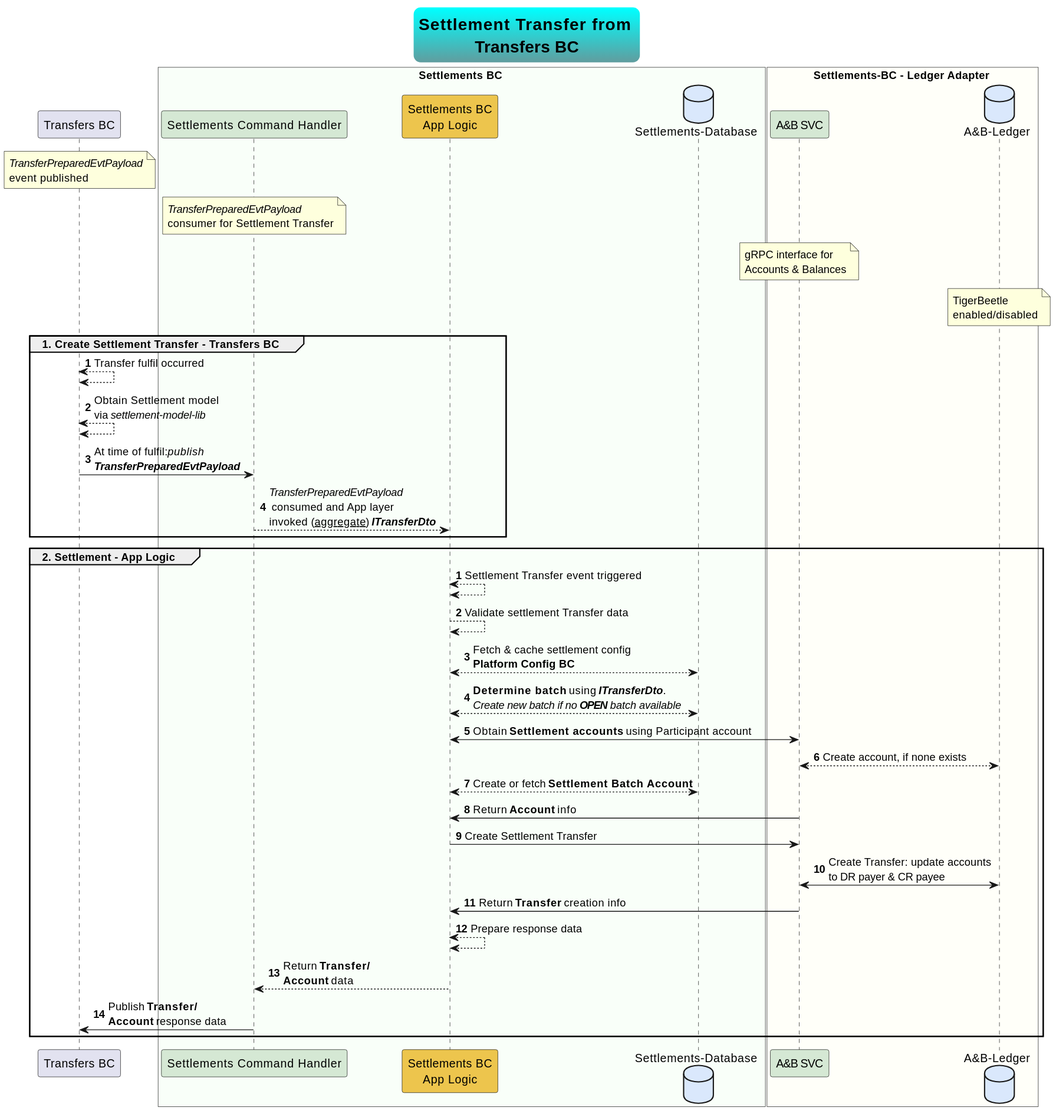
Above: docs/flows/01-settlement-transfer-bc.svg in mojaloop/settlements-bc (PlantUML), before the change.
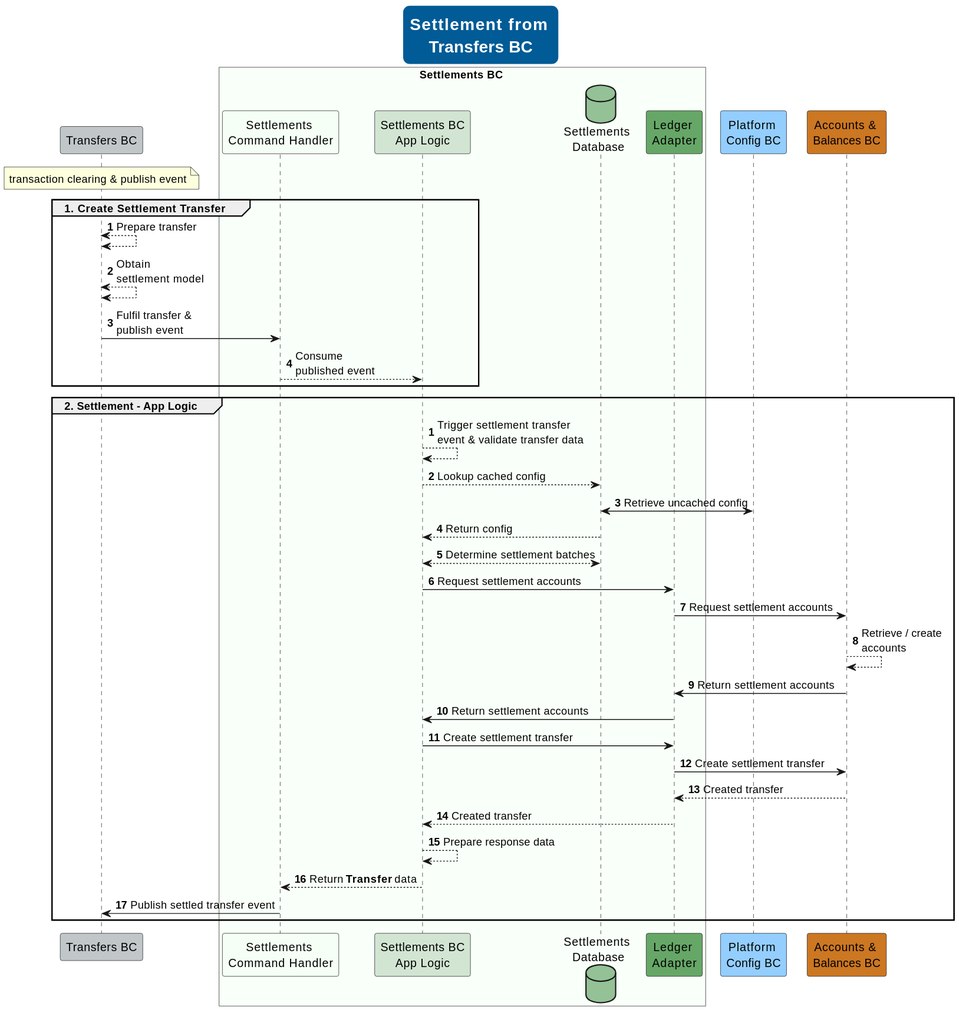
Above is the later version.

Diff of the diagram source:
```diff
@@ -1,63 +1,53 @@
 @startuml
 skinparam TitleFontSize 20
-skinparam titleBorderRoundCorner 15
-skinparam titleBorderThickness 2
-skinparam titleBorderColor Aqua-CadetBlue
-skinparam titleBackgroundColor Aqua-CadetBlue
-title Settlement Transfer from \nTransfers BC
+skinparam TitleFontColor #FFFFFF
+skinparam titleBorderRoundCorner 10
+skinparam titleBorderThickness 6
+skinparam titleBorderColor #005B96
+skinparam titleBackgroundColor #005B96
+title Settlement from \nTransfers BC
 
-participant "Transfers BC" as ext_transfers_bc
+participant "Transfers BC" as ext_transfers_bc #C1C7C9
 note over ext_transfers_bc
-    //TransferPreparedEvtPayload//
-    event published
+    transaction clearing & publish event
 end note
 
 box Settlements BC #F9FFF9
-	participant "Settlements Command Handler" as sbc_grpc #D5E8D4
-    note over sbc_grpc
-        //TransferPreparedEvtPayload//
-        consumer for Settlement Transfer
-    end note
-	participant "Settlements BC\nApp Logic" as sbc_app_logic #EDC54D
-	database "Settlements-Database" as sbc_db #DAE8FC
+	participant "Settlements \nCommand Handler" as sbc_grpc #F5FFF5
+	participant "Settlements BC\nApp Logic" as sbc_app_logic #D2E5D3
+	database "Settlements \nDatabase" as sbc_db #94C195
+    participant "Ledger \nAdapter" as sbc_adptr #66A767
 end box
 
-box Settlements-BC - Ledger Adapter #FFFFF9
-    participant "A&B SVC" as abbc_grpc #D5E8D4
-    database "A&B-Ledger" as abbc_tigerbeetle #DAE8FC
-    note over abbc_grpc
-        gRPC interface for
-        Accounts & Balances
-    end note
-    note over abbc_tigerbeetle
-        TigerBeetle
-        enabled/disabled
-    end note
-end box
+participant "Platform \nConfig BC" as pc_bc #93CEFF
+participant "Accounts & \nBalances BC" as ab_bc #CC7722
 
-group 1. Create Settlement Transfer - Transfers BC
+group 1. Create Settlement Transfer
 autonumber
-    ext_transfers_bc <--> ext_transfers_bc : Transfer fulfil occurred
-    ext_transfers_bc <--> ext_transfers_bc : Obtain Settlement model\nvia //settlement-model-lib//
-    ext_transfers_bc -> sbc_grpc : At time of fulfil://publish//\n**//TransferPreparedEvtPayload//**
-    sbc_grpc --> sbc_app_logic : //TransferPreparedEvtPayload//\n consumed and App layer\ninvoked (__aggregate__) **//ITransferDto//**
+    ext_transfers_bc <--> ext_transfers_bc : Prepare transfer
+    ext_transfers_bc <--> ext_transfers_bc : Obtain \nsettlement model
+    ext_transfers_bc -> sbc_grpc : Fulfil transfer & \npublish event
+    sbc_grpc --> sbc_app_logic : Consume \npublished event
 end
 
 group 2. Settlement - App Logic
 autonumber
-    sbc_app_logic <--> sbc_app_logic: Settlement Transfer event triggered
-    sbc_app_logic --> sbc_app_logic : Validate settlement Transfer data
-    sbc_app_logic <--> sbc_db : Fetch & cache settlement config\n**Platform Config BC**
-    sbc_app_logic <--> sbc_db : **Determine batch** using **//ITransferDto//**.\n//Create new batch if no **OPEN** batch available//
-    sbc_app_logic <-> abbc_grpc : Obtain **Settlement accounts** using Participant account
-    abbc_grpc <--> abbc_tigerbeetle : Create account, if none exists
-    sbc_app_logic <--> sbc_db : Create or fetch **Settlement Batch Account**
-    abbc_grpc -> sbc_app_logic : Return **Account** info
-    sbc_app_logic -> abbc_grpc: Create Settlement Transfer
-    abbc_grpc <-> abbc_tigerbeetle: Create Transfer: update accounts \nto DR payer & CR payee
-    abbc_grpc -> sbc_app_logic : Return **Transfer** creation info
-    sbc_app_logic <--> sbc_app_logic: Prepare response data
-    sbc_app_logic --> sbc_grpc: Return **Transfer/** \n**Account** data
-    sbc_grpc -> ext_transfers_bc: Publish **Transfer/** \n**Account** response data
+    sbc_app_logic --> sbc_app_logic: Trigger settlement transfer \nevent & validate transfer data
+    sbc_app_logic --> sbc_db : Lookup cached config
+    sbc_db <-> pc_bc : Retrieve uncached config
+    sbc_app_logic <-- sbc_db : Return config
+    sbc_app_logic <--> sbc_db : Determine settlement batches
+    sbc_app_logic -> sbc_adptr : Request settlement accounts
+    sbc_adptr -> ab_bc : Request settlement accounts
+    ab_bc --> ab_bc : Retrieve / create \naccounts
+    ab_bc -> sbc_adptr : Return settlement accounts
+    sbc_adptr -> sbc_app_logic : Return settlement accounts
+    sbc_app_logic -> sbc_adptr: Create settlement transfer
+    sbc_adptr -> ab_bc: Create settlement transfer
+    ab_bc --> sbc_adptr: Created transfer
+    sbc_adptr --> sbc_app_logic: Created transfer
+    sbc_app_logic --> sbc_app_logic: Prepare response data
+    sbc_app_logic --> sbc_grpc: Return **Transfer** data
+    sbc_grpc -> ext_transfers_bc: Publish settled transfer event
 end
 @enduml
```
